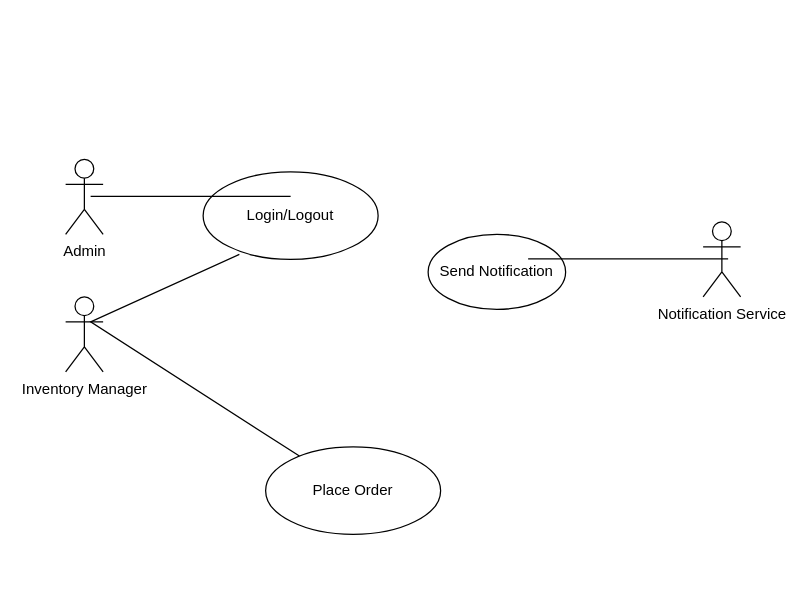
karishmagolani/git-test keeps this draw.io diagram as Untitled Diagram.drawio. Above is the earlier version. Source tidied: cells renumbered, new cells numbered last; positions are measured from the earlier drawing's top-left corner, leaving out a move shared by most shapes. Both pictures are drawn from the tidied source at 125%, with x=0, y=0 at pixel (65, 159).
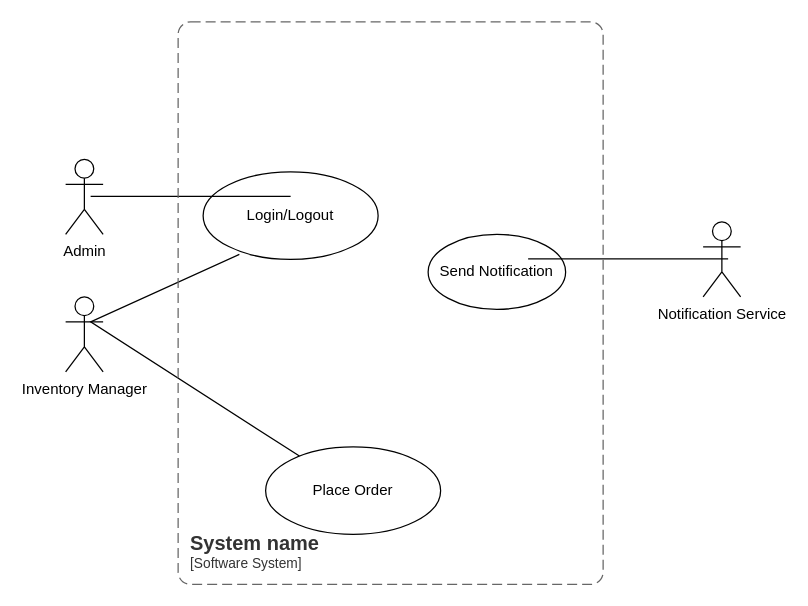
Above is the later version.

The edit, as a diff of the source:
```diff
@@
 <mxGraphModel>
   <root>
     <mxCell id="0" />
     <mxCell id="1" parent="0" />
     <mxCell id="2" value="Admin" style="shape=umlActor;html=1;verticalLabelPosition=bottom;verticalAlign=top;align=center;" parent="1" vertex="1">
       <mxGeometry width="30" height="60" as="geometry" />
     </mxCell>
     <mxCell id="3" value="Inventory Manager" style="shape=umlActor;html=1;verticalLabelPosition=bottom;verticalAlign=top;align=center;" parent="1" vertex="1">
       <mxGeometry y="110" width="30" height="60" as="geometry" />
     </mxCell>
     <mxCell id="4" value="Notification Service" style="shape=umlActor;html=1;verticalLabelPosition=bottom;verticalAlign=top;align=center;" parent="1" vertex="1">
       <mxGeometry x="510" y="50" width="30" height="60" as="geometry" />
     </mxCell>
     <mxCell id="5" value="Login/Logout" style="ellipse;whiteSpace=wrap;html=1;" parent="1" vertex="1">
       <mxGeometry x="110" y="10" width="140" height="70" as="geometry" />
     </mxCell>
     <mxCell id="6" value="Place Order" style="ellipse;whiteSpace=wrap;html=1;" parent="1" vertex="1">
       <mxGeometry x="160" y="230" width="140" height="70" as="geometry" />
     </mxCell>
     <mxCell id="7" value="Send Notification" style="ellipse;whiteSpace=wrap;html=1;" parent="1" vertex="1">
       <mxGeometry x="290" y="60" width="110" height="60" as="geometry" />
     </mxCell>
     <mxCell id="8" style="edgeStyle=none;html=1;endArrow=none;verticalAlign=bottom;rounded=0;" parent="1" edge="1">
       <mxGeometry relative="1" as="geometry">
         <mxPoint x="370" y="79.5" as="sourcePoint" />
         <mxPoint x="530" y="79.5" as="targetPoint" />
       </mxGeometry>
     </mxCell>
     <mxCell id="9" style="edgeStyle=none;html=1;endArrow=none;verticalAlign=bottom;rounded=0;" parent="1" edge="1">
       <mxGeometry relative="1" as="geometry">
         <mxPoint x="20" y="29.5" as="sourcePoint" />
         <mxPoint x="180" y="29.5" as="targetPoint" />
       </mxGeometry>
     </mxCell>
     <mxCell id="10" style="edgeStyle=none;html=1;endArrow=none;verticalAlign=bottom;rounded=0;exitX=0.207;exitY=0.943;exitDx=0;exitDy=0;exitPerimeter=0;" parent="1" edge="1" source="5" target="6">
       <mxGeometry relative="1" as="geometry">
         <Array as="points">
           <mxPoint x="20" y="130" />
         </Array>
       </mxGeometry>
     </mxCell>
+    <object id="11" label="&lt;font style=&quot;font-size: 16px&quot;&gt;&lt;b&gt;&lt;div style=&quot;text-align: left&quot;&gt;%c4Name%&lt;/div&gt;&lt;/b&gt;&lt;/font&gt;&lt;div style=&quot;text-align: left&quot;&gt;[%c4Application%]&lt;/div&gt;" c4Application="Software System" c4Name="System name" placeholders="1">
+      <mxCell style="rounded=1;fontSize=11;whiteSpace=wrap;html=1;dashed=1;arcSize=20;fillColor=none;strokeColor=#666666;fontColor=#333333;labelBackgroundColor=none;align=left;verticalAlign=bottom;labelBorderColor=none;spacingTop=0;spacing=10;dashPattern=8 4;perimeter=rectanglePerimeter;noLabel=0;labelPadding=0;absoluteArcSize=1;" parent="1" vertex="1">
+        <mxGeometry x="90" y="-110" width="340" height="450" as="geometry" />
+      </mxCell>
+    </object>
   </root>
 </mxGraphModel>
```
